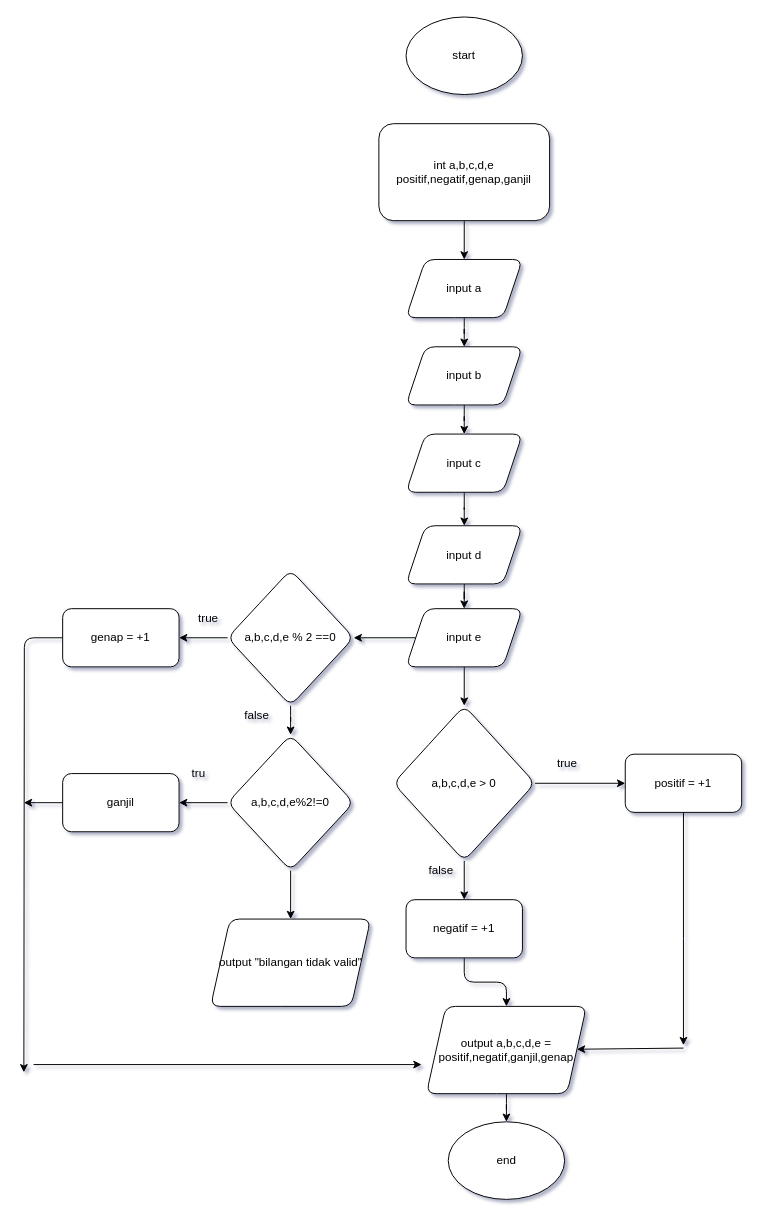
Earlier version of the draw.io diagram Tugas 3 Log&Algo.drawio (hafidalim/flowchart_kp). Source tidied: cells renumbered, new cells numbered last; positions are measured from the earlier drawing's top-left corner, leaving out a move shared by most shapes. Both pictures are drawn from the tidied source at 97%, with x=0, y=0 at pixel (23, 16).
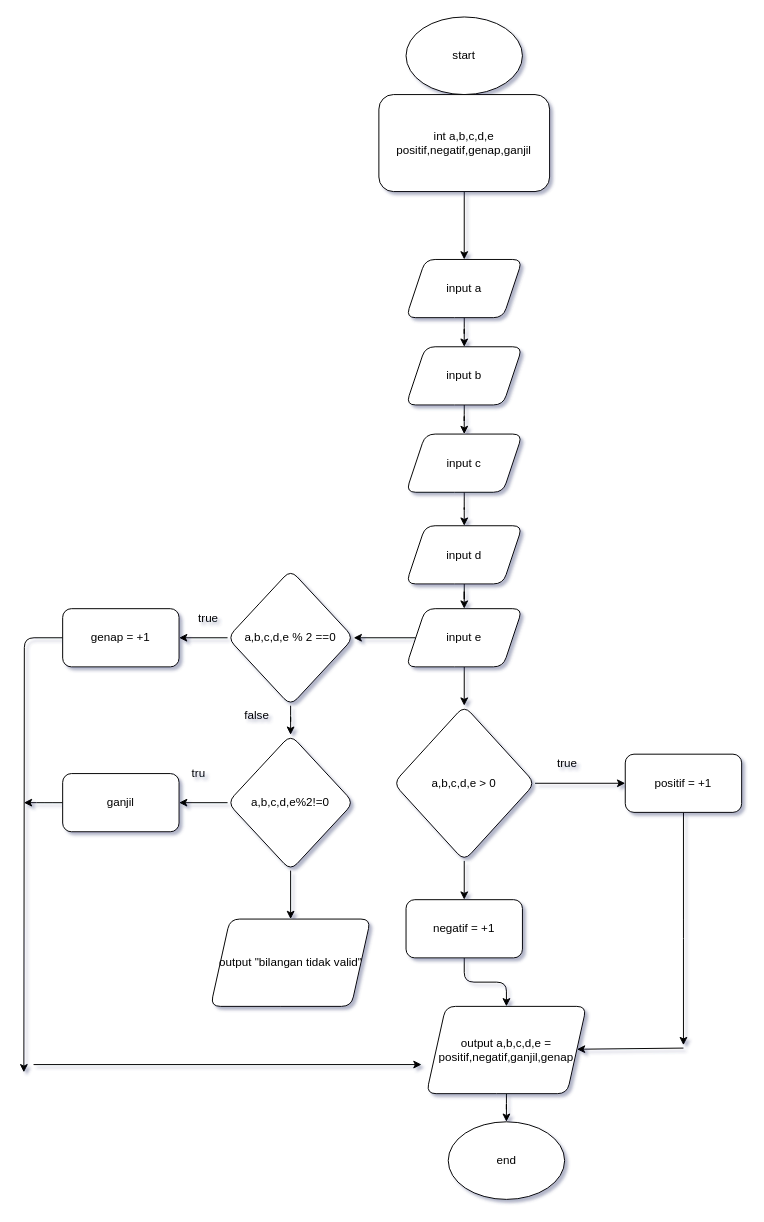
The same page after the edit.

The change refers to these unchanged cells:
```xml
<mxCell id="2" value="start" style="ellipse;whiteSpace=wrap;html=1;rounded=1;" parent="1" vertex="1">
  <mxGeometry x="394.1" width="120" height="80" as="geometry" />
</mxCell>
```

The edit, as a diff of the source:
```diff
@@
+    <mxCell id="44" style="edgeStyle=orthogonalEdgeStyle;rounded=0;jettySize=auto;html=1;" parent="1" edge="1" source="2" target="4">
+      <mxGeometry relative="1" as="geometry" />
+    </mxCell>
@@
     <mxCell id="4" value="int a,b,c,d,e&lt;br&gt;positif,negatif,genap,ganjil" style="whiteSpace=wrap;html=1;rounded=1;" parent="1" vertex="1">
-      <mxGeometry x="366.1" y="110" width="176" height="100" as="geometry" />
+      <mxGeometry x="366.1" y="80" width="176" height="100" as="geometry" />
     </mxCell>
@@
-    <mxCell id="43" value="false" style="text;html=1;align=center;verticalAlign=middle;" parent="1" vertex="1">
-      <mxGeometry x="410" y="870" width="40" height="20" as="geometry" />
-    </mxCell>
```
